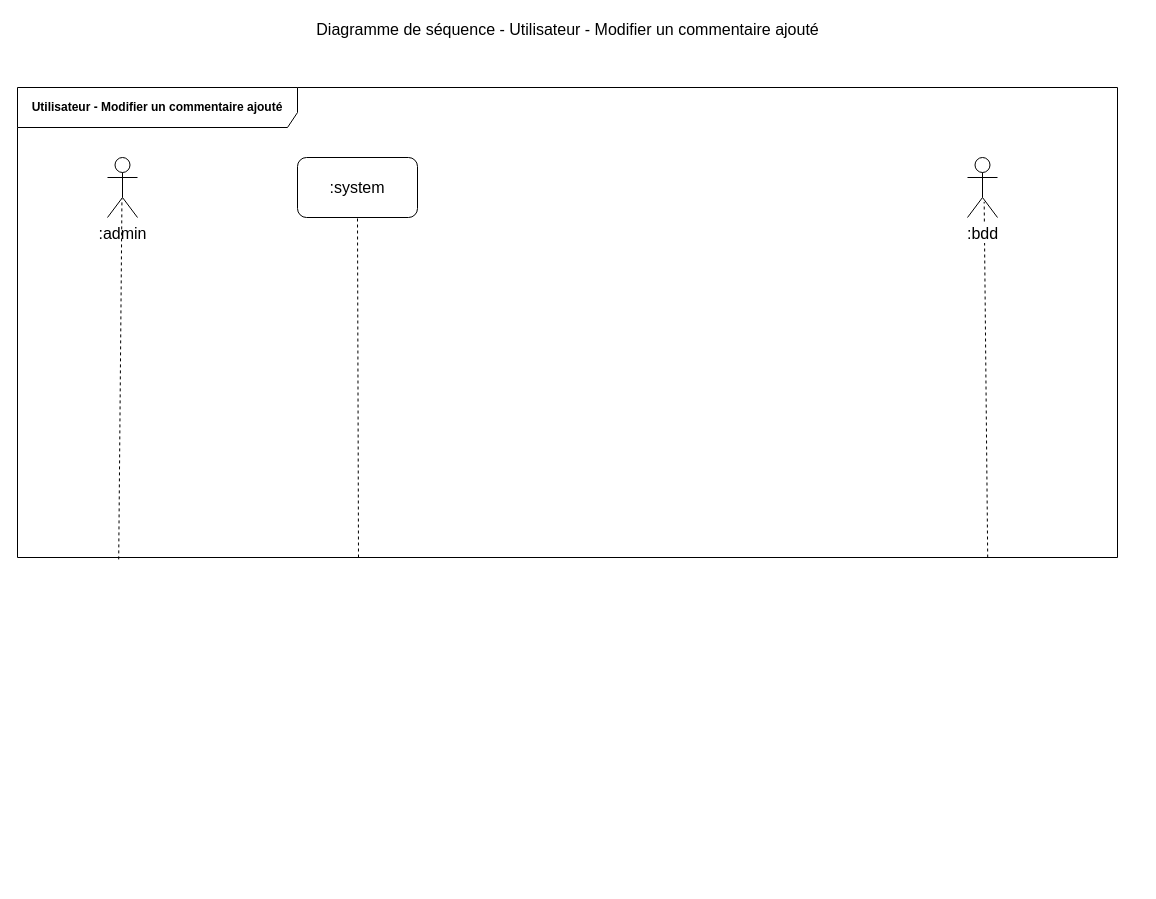
Before: uml-diagrams/drawio/diagram-sequence-user-update-comment.drawio in thomas-claireau/PHP---P6-Openclassrooms, a draw.io diagram. Source tidied: cells renumbered, new cells numbered last; positions are measured from the earlier drawing's top-left corner, leaving out a move shared by most shapes. Both pictures are drawn from the tidied source at 100%, with x=0, y=0 at pixel (17, 17).
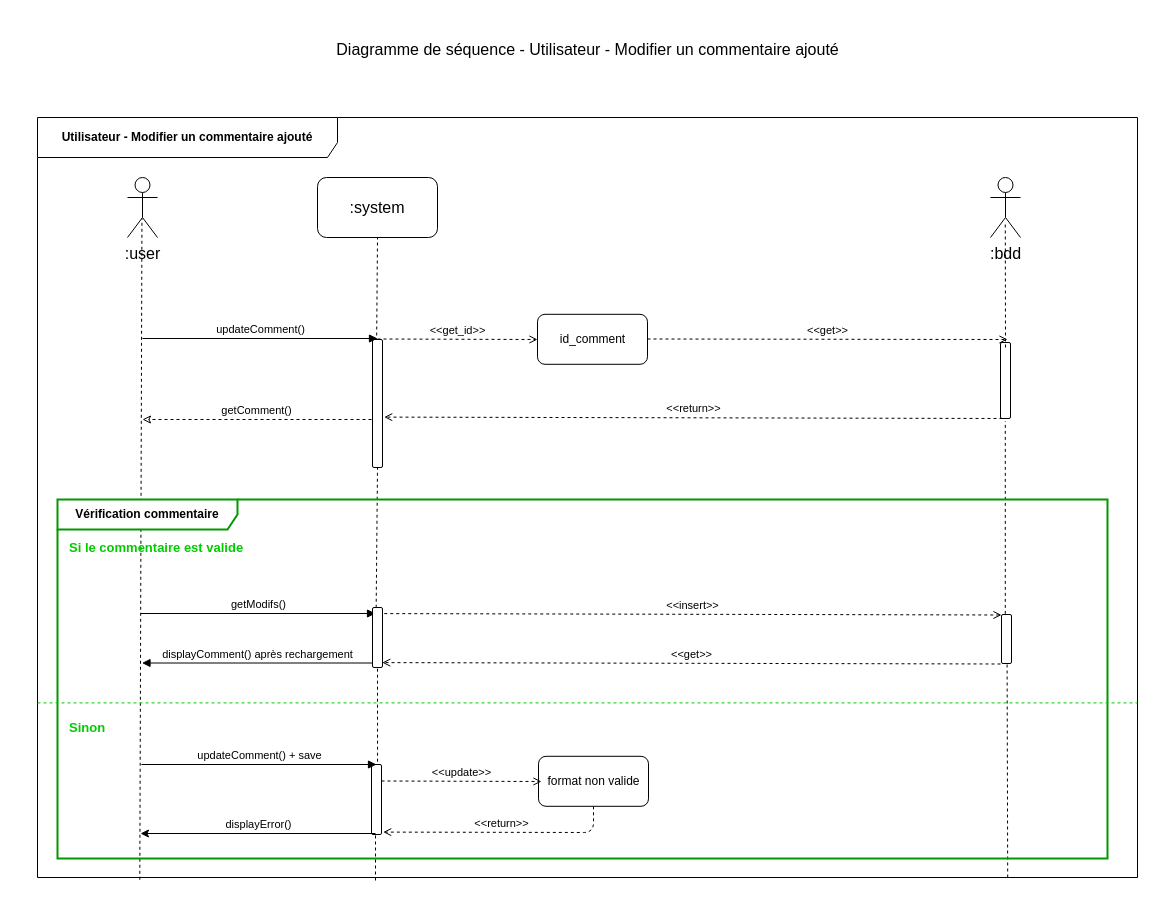
Above is the later version.

Commit message (it also covers changes not shown here):
update sequence diagram

Change to the diagram source:
```diff
@@
-    <mxCell id="2" value="Utilisateur - Modifier un commentaire ajouté" style="shape=umlFrame;whiteSpace=wrap;html=1;width=280;height=40;fontStyle=1;labelBackgroundColor=#ffffff;labelBorderColor=none;gradientColor=none;swimlaneFillColor=none;shadow=0;strokeColor=#000000;" parent="1" vertex="1">
-      <mxGeometry y="70" width="1100" height="470" as="geometry" />
+    <mxCell id="2" value="Utilisateur - Modifier un commentaire ajouté" style="shape=umlFrame;whiteSpace=wrap;html=1;width=300;height=40;fontStyle=1;labelBackgroundColor=#ffffff;labelBorderColor=none;gradientColor=none;swimlaneFillColor=none;shadow=0;strokeColor=#000000;" parent="1" vertex="1">
+      <mxGeometry x="20" y="100" width="1100" height="760" as="geometry" />
     </mxCell>
     <mxCell id="3" value="Diagramme de séquence - Utilisateur - Modifier un commentaire ajouté" style="text;html=1;align=center;verticalAlign=top;spacingTop=-4;fontSize=16;" parent="1" vertex="1">
-      <mxGeometry x="290" width="520" height="20" as="geometry" />
+      <mxGeometry x="310" y="20" width="520" height="20" as="geometry" />
     </mxCell>
-    <mxCell id="4" value=":admin" style="shape=umlActor;verticalLabelPosition=bottom;labelBackgroundColor=#ffffff;verticalAlign=top;html=1;shadow=0;strokeColor=#000000;gradientColor=none;fontSize=16;align=center;" parent="1" vertex="1">
-      <mxGeometry x="90" y="140" width="30" height="60" as="geometry" />
-    </mxCell>
+    <mxCell id="10" value=":user" style="shape=umlActor;verticalLabelPosition=bottom;labelBackgroundColor=#ffffff;verticalAlign=top;html=1;shadow=0;strokeColor=#000000;gradientColor=none;fontSize=16;align=center;" parent="1" vertex="1">
+      <mxGeometry x="110" y="160" width="30" height="60" as="geometry" />
+    </mxCell>
     <mxCell id="5" value=":system" style="rounded=1;whiteSpace=wrap;html=1;shadow=0;labelBackgroundColor=#ffffff;strokeColor=#000000;gradientColor=none;fontSize=16;align=center;" parent="1" vertex="1">
-      <mxGeometry x="280" y="140" width="120" height="60" as="geometry" />
+      <mxGeometry x="300" y="160" width="120" height="60" as="geometry" />
     </mxCell>
-    <mxCell id="6" style="endArrow=none;dashed=1;html=1;fontSize=16;entryX=0.482;entryY=0.683;entryDx=0;entryDy=0;entryPerimeter=0;exitX=0.092;exitY=1.004;exitDx=0;exitDy=0;exitPerimeter=0;" parent="1" edge="1" source="2" target="4">
-      <mxGeometry relative="1" as="geometry" />
-    </mxCell>
-    <mxCell id="7" style="endArrow=none;dashed=1;html=1;fontSize=16;entryX=0.5;entryY=1;entryDx=0;entryDy=0;exitX=0.31;exitY=1;exitDx=0;exitDy=0;exitPerimeter=0;" parent="1" edge="1" source="2" target="5">
-      <mxGeometry relative="1" as="geometry" />
-    </mxCell>
-    <mxCell id="8" style="endArrow=none;dashed=1;html=1;fontSize=16;entryX=0.556;entryY=0.739;entryDx=0;entryDy=0;entryPerimeter=0;exitX=0.882;exitY=1;exitDx=0;exitDy=0;exitPerimeter=0;" parent="1" edge="1" source="2" target="9">
-      <mxGeometry relative="1" as="geometry" />
-    </mxCell>
+    <mxCell id="11" style="endArrow=none;dashed=1;html=1;fontSize=16;entryX=0.482;entryY=0.683;entryDx=0;entryDy=0;entryPerimeter=0;exitX=0.093;exitY=1.003;exitDx=0;exitDy=0;exitPerimeter=0;" parent="1" edge="1" source="2" target="10">
+      <mxGeometry relative="1" as="geometry" />
+    </mxCell>
+    <mxCell id="12" style="endArrow=none;dashed=1;html=1;fontSize=16;entryX=0.5;entryY=1;entryDx=0;entryDy=0;exitX=0.31;exitY=1;exitDx=0;exitDy=0;exitPerimeter=0;" parent="1" edge="1" source="15" target="5">
+      <mxGeometry relative="1" as="geometry" />
+    </mxCell>
     <mxCell id="9" value=":bdd" style="shape=umlActor;verticalLabelPosition=bottom;labelBackgroundColor=#ffffff;verticalAlign=top;html=1;shadow=0;strokeColor=#000000;gradientColor=none;fontSize=16;align=center;" parent="1" vertex="1">
-      <mxGeometry x="950" y="140" width="30" height="60" as="geometry" />
+      <mxGeometry x="973" y="160" width="30" height="60" as="geometry" />
     </mxCell>
+    <mxCell id="13" value="id_comment" style="html=1;gradientColor=none;rounded=1;" parent="1" vertex="1">
+      <mxGeometry x="520" y="296.8" width="110" height="50" as="geometry" />
+    </mxCell>
+    <mxCell id="14" value="&amp;lt;&amp;lt;get_id&amp;gt;&amp;gt;" style="html=1;verticalAlign=bottom;endArrow=open;fontSize=11;dashed=1;endFill=0;" parent="1" edge="1">
+      <mxGeometry relative="1" as="geometry">
+        <mxPoint x="360" y="321.5" as="sourcePoint" />
+        <mxPoint x="520" y="322" as="targetPoint" />
+      </mxGeometry>
+    </mxCell>
+    <mxCell id="15" style="html=1;points=[];perimeter=orthogonalPerimeter;rounded=1;gradientColor=none;" parent="1" vertex="1">
+      <mxGeometry x="355" y="322" width="10" height="128" as="geometry" />
+    </mxCell>
+    <mxCell id="16" style="endArrow=none;dashed=1;html=1;fontSize=16;entryX=0.5;entryY=1;entryDx=0;entryDy=0;exitX=0.31;exitY=1.004;exitDx=0;exitDy=0;exitPerimeter=0;" parent="1" edge="1" source="31" target="15">
+      <mxGeometry relative="1" as="geometry" />
+    </mxCell>
+    <mxCell id="17" value="updateComment()" style="html=1;verticalAlign=bottom;endArrow=block;fontSize=11;" parent="1" edge="1">
+      <mxGeometry relative="1" as="geometry">
+        <mxPoint x="125" y="321" as="sourcePoint" />
+        <mxPoint x="360" y="321" as="targetPoint" />
+      </mxGeometry>
+    </mxCell>
+    <mxCell id="18" style="html=1;points=[];perimeter=orthogonalPerimeter;rounded=1;gradientColor=none;" parent="1" vertex="1">
+      <mxGeometry x="983" y="325" width="10" height="76" as="geometry" />
+    </mxCell>
+    <mxCell id="19" value="&amp;lt;&amp;lt;get&amp;gt;&amp;gt;" style="html=1;verticalAlign=bottom;endArrow=open;fontSize=11;dashed=1;endFill=0;" parent="1" edge="1">
+      <mxGeometry relative="1" as="geometry">
+        <mxPoint x="630" y="321.5" as="sourcePoint" />
+        <mxPoint x="990" y="322" as="targetPoint" />
+      </mxGeometry>
+    </mxCell>
+    <mxCell id="20" value="&amp;lt;&amp;lt;return&amp;gt;&amp;gt;" style="html=1;verticalAlign=bottom;endArrow=open;fontSize=11;dashed=1;endFill=0;entryX=1.168;entryY=0.713;entryDx=0;entryDy=0;entryPerimeter=0;exitX=0.146;exitY=0.999;exitDx=0;exitDy=0;exitPerimeter=0;" parent="1" edge="1">
+      <mxGeometry relative="1" as="geometry">
+        <mxPoint x="985" y="401" as="sourcePoint" />
+        <mxPoint x="366.7" y="399.6" as="targetPoint" />
+      </mxGeometry>
+    </mxCell>
+    <mxCell id="21" value="getComment()" style="html=1;verticalAlign=bottom;endArrow=classic;fontSize=11;dashed=1;endFill=0;" parent="1" edge="1">
+      <mxGeometry relative="1" as="geometry">
+        <mxPoint x="354" y="402" as="sourcePoint" />
+        <mxPoint x="125" y="402" as="targetPoint" />
+      </mxGeometry>
+    </mxCell>
+    <mxCell id="22" style="endArrow=none;dashed=1;html=1;fontSize=16;entryX=0.493;entryY=0.739;entryDx=0;entryDy=0;entryPerimeter=0;" parent="1" edge="1" target="9">
+      <mxGeometry relative="1" as="geometry">
+        <mxPoint x="988" y="330" as="sourcePoint" />
+      </mxGeometry>
+    </mxCell>
+    <mxCell id="23" value="getModifs()" style="html=1;verticalAlign=bottom;endArrow=block;fontSize=11;" parent="1" edge="1">
+      <mxGeometry relative="1" as="geometry">
+        <mxPoint x="123" y="596" as="sourcePoint" />
+        <mxPoint x="358" y="596" as="targetPoint" />
+      </mxGeometry>
+    </mxCell>
+    <mxCell id="24" style="endArrow=none;dashed=1;html=1;fontSize=16;entryX=0.556;entryY=0.739;entryDx=0;entryDy=0;entryPerimeter=0;exitX=0.882;exitY=1;exitDx=0;exitDy=0;exitPerimeter=0;" parent="1" edge="1" source="2" target="25">
+      <mxGeometry relative="1" as="geometry" />
+    </mxCell>
+    <mxCell id="25" style="html=1;points=[];perimeter=orthogonalPerimeter;rounded=1;gradientColor=none;" parent="1" vertex="1">
+      <mxGeometry x="984" y="597" width="10" height="49" as="geometry" />
+    </mxCell>
+    <mxCell id="26" value="&amp;lt;&amp;lt;insert&amp;gt;&amp;gt;" style="html=1;verticalAlign=bottom;endArrow=none;fontSize=11;dashed=1;endFill=0;entryX=1.168;entryY=0.713;entryDx=0;entryDy=0;entryPerimeter=0;exitX=0.146;exitY=0.999;exitDx=0;exitDy=0;exitPerimeter=0;startArrow=open;startFill=0;" parent="1" edge="1">
+      <mxGeometry relative="1" as="geometry">
+        <mxPoint x="984" y="597.5" as="sourcePoint" />
+        <mxPoint x="365.7" y="596.1" as="targetPoint" />
+      </mxGeometry>
+    </mxCell>
+    <mxCell id="27" style="endArrow=none;dashed=1;html=1;entryX=0.479;entryY=1.037;entryDx=0;entryDy=0;entryPerimeter=0;exitX=0.379;exitY=-0.013;exitDx=0;exitDy=0;exitPerimeter=0;" parent="1" edge="1" source="25" target="18">
+      <mxGeometry relative="1" as="geometry" />
+    </mxCell>
+    <mxCell id="28" value="&amp;lt;&amp;lt;get&amp;gt;&amp;gt;" style="html=1;verticalAlign=bottom;endArrow=open;fontSize=11;dashed=1;endFill=0;entryX=1.168;entryY=0.713;entryDx=0;entryDy=0;entryPerimeter=0;exitX=0.146;exitY=0.999;exitDx=0;exitDy=0;exitPerimeter=0;startArrow=none;startFill=0;" parent="1" edge="1">
+      <mxGeometry relative="1" as="geometry">
+        <mxPoint x="983" y="646.5" as="sourcePoint" />
+        <mxPoint x="364.7" y="645.1" as="targetPoint" />
+      </mxGeometry>
+    </mxCell>
+    <mxCell id="29" value="displayComment() après rechargement" style="html=1;verticalAlign=bottom;endArrow=block;fontSize=11;exitX=0.057;exitY=0.667;exitDx=0;exitDy=0;exitPerimeter=0;" parent="1" edge="1">
+      <mxGeometry relative="1" as="geometry">
+        <mxPoint x="355.1" y="645.5" as="sourcePoint" />
+        <mxPoint x="124.5" y="645.5" as="targetPoint" />
+      </mxGeometry>
+    </mxCell>
+    <mxCell id="30" value="&lt;div style=&quot;text-align: left&quot;&gt;&lt;span style=&quot;background-color: rgb(255 , 255 , 255)&quot;&gt;&lt;b&gt;Vérification commentaire&lt;/b&gt;&lt;/span&gt;&lt;/div&gt;" style="shape=umlFrame;whiteSpace=wrap;html=1;gradientColor=none;swimlaneFillColor=none;width=180;height=30;strokeColor=#009900;strokeWidth=2;" parent="1" vertex="1">
+      <mxGeometry x="40" y="482" width="1050" height="359" as="geometry" />
+    </mxCell>
+    <mxCell id="31" style="html=1;points=[];perimeter=orthogonalPerimeter;rounded=1;gradientColor=none;" parent="1" vertex="1">
+      <mxGeometry x="355" y="590" width="10" height="60" as="geometry" />
+    </mxCell>
+    <mxCell id="32" style="endArrow=none;dashed=1;html=1;fontSize=16;entryX=0.5;entryY=1;entryDx=0;entryDy=0;exitX=0.31;exitY=1.004;exitDx=0;exitDy=0;exitPerimeter=0;" parent="1" edge="1" target="31">
+      <mxGeometry relative="1" as="geometry">
+        <mxPoint x="360.1" y="810.2" as="sourcePoint" />
+      </mxGeometry>
+    </mxCell>
+    <mxCell id="33" style="endArrow=none;dashed=1;html=1;fontSize=16;" parent="1" edge="1">
+      <mxGeometry relative="1" as="geometry">
+        <mxPoint x="358" y="863" as="sourcePoint" />
+        <mxPoint x="358" y="818" as="targetPoint" />
+      </mxGeometry>
+    </mxCell>
+    <mxCell id="34" style="endArrow=none;dashed=1;html=1;entryX=1;entryY=0.765;entryDx=0;entryDy=0;entryPerimeter=0;exitX=0;exitY=0.765;exitDx=0;exitDy=0;exitPerimeter=0;strokeColor=#00CC00;" parent="1" edge="1">
+      <mxGeometry relative="1" as="geometry">
+        <mxPoint x="20" y="685.4" as="sourcePoint" />
+        <mxPoint x="1120" y="685.4" as="targetPoint" />
+      </mxGeometry>
+    </mxCell>
+    <mxCell id="35" style="html=1;perimeter=orthogonalPerimeter;rounded=1;gradientColor=none;" parent="1" vertex="1">
+      <mxGeometry x="354" y="747" width="10" height="70" as="geometry" />
+    </mxCell>
+    <mxCell id="36" value="updateComment() + save" style="html=1;verticalAlign=bottom;endArrow=block;fontSize=11;" parent="1" edge="1">
+      <mxGeometry relative="1" as="geometry">
+        <mxPoint x="124" y="747" as="sourcePoint" />
+        <mxPoint x="359" y="747" as="targetPoint" />
+      </mxGeometry>
+    </mxCell>
+    <mxCell id="37" value="&amp;lt;&amp;lt;return&amp;gt;&amp;gt;" style="html=1;verticalAlign=bottom;endArrow=open;fontSize=11;dashed=1;endFill=0;entryX=1.168;entryY=0.713;entryDx=0;entryDy=0;entryPerimeter=0;exitX=0.5;exitY=1;exitDx=0;exitDy=0;" parent="1" edge="1" source="38">
+      <mxGeometry relative="1" as="geometry">
+        <mxPoint x="365.7" y="814.6" as="targetPoint" />
+        <Array as="points">
+          <mxPoint x="576" y="815" />
+        </Array>
+      </mxGeometry>
+    </mxCell>
+    <mxCell id="38" value="format non valide" style="html=1;gradientColor=none;rounded=1;" parent="1" vertex="1">
+      <mxGeometry x="521" y="738.8" width="110" height="50" as="geometry" />
+    </mxCell>
+    <mxCell id="39" value="&amp;lt;&amp;lt;update&amp;gt;&amp;gt;" style="html=1;verticalAlign=bottom;endArrow=open;fontSize=11;dashed=1;endFill=0;" parent="1" edge="1">
+      <mxGeometry relative="1" as="geometry">
+        <mxPoint x="364" y="763.5" as="sourcePoint" />
+        <mxPoint x="524" y="764" as="targetPoint" />
+      </mxGeometry>
+    </mxCell>
+    <mxCell id="40" value="displayError()" style="html=1;verticalAlign=bottom;endArrow=none;fontSize=11;endFill=0;startArrow=classic;startFill=1;" parent="1" edge="1">
+      <mxGeometry relative="1" as="geometry">
+        <mxPoint x="123" y="816" as="sourcePoint" />
+        <mxPoint x="358" y="816" as="targetPoint" />
+      </mxGeometry>
+    </mxCell>
+    <mxCell id="41" value="Si le commentaire est valide" style="text;html=1;align=left;verticalAlign=top;spacingTop=-4;fontSize=13;fontStyle=1;fontColor=#00CC00;" parent="1" vertex="1">
+      <mxGeometry x="50" y="520" width="180" height="20" as="geometry" />
+    </mxCell>
+    <mxCell id="42" value="Sinon" style="text;html=1;align=left;verticalAlign=top;spacingTop=-4;fontSize=13;fontStyle=1;fontColor=#00CC00;" parent="1" vertex="1">
+      <mxGeometry x="50" y="700" width="50" height="20" as="geometry" />
+    </mxCell>
```
